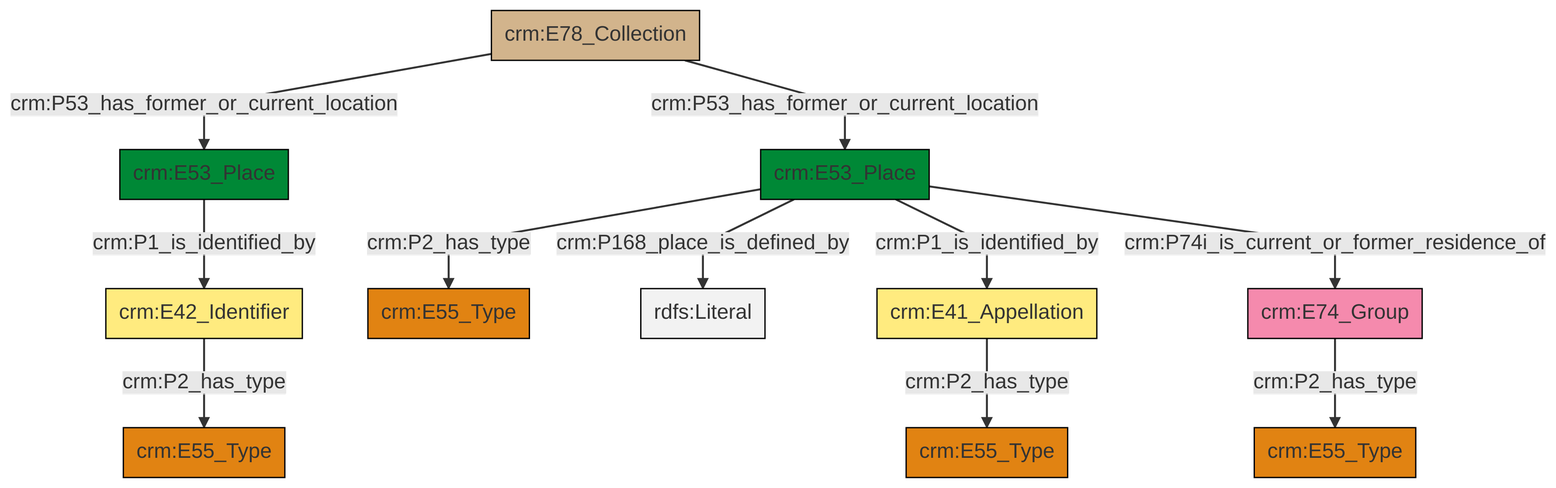
This is et/archivalCSV/ttl/mmd/png/archival_location.png from swiss-art-research-net/docs.swissartresearch, a Mermaid export, as it was before one commit. Its source is kept beside it as et/archivalCSV/ttl/mmd/archival_location.ttl.mmd.
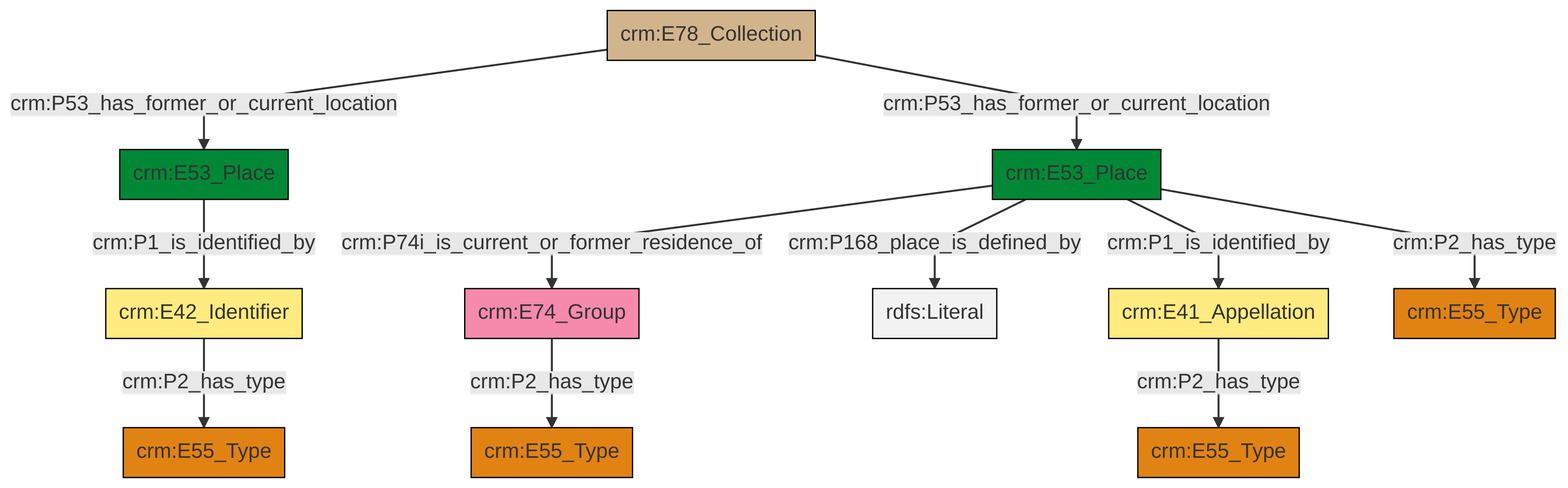
Above is the later version.

The edit, as a diff of the source:
```diff
@@ -13,13 +13,13 @@
 classDef PC_Classes fill:#4ce600, stroke:#000000;
 classDef Multi fill:#cccccc,stroke:#000000;
 
-2["crm:E74_Group"]:::Actor -->|crm:P2_has_type| 0["crm:E55_Type"]:::Type
-3["crm:E53_Place"]:::Place -->|crm:P2_has_type| 4["crm:E55_Type"]:::Type
-3["crm:E53_Place"]:::Place -->|crm:P168_place_is_defined_by| 5[rdfs:Literal]:::Literal
-6["crm:E78_Collection"]:::Physical_Thing -->|crm:P53_has_former_or_current_location| 7["crm:E53_Place"]:::Place
-11["crm:E41_Appellation"]:::Appellation -->|crm:P2_has_type| 12["crm:E55_Type"]:::Type
-13["crm:E42_Identifier"]:::Appellation -->|crm:P2_has_type| 9["crm:E55_Type"]:::Type
-3["crm:E53_Place"]:::Place -->|crm:P1_is_identified_by| 11["crm:E41_Appellation"]:::Appellation
-6["crm:E78_Collection"]:::Physical_Thing -->|crm:P53_has_former_or_current_location| 3["crm:E53_Place"]:::Place
-3["crm:E53_Place"]:::Place -->|crm:P74i_is_current_or_former_residence_of| 2["crm:E74_Group"]:::Actor
-7["crm:E53_Place"]:::Place -->|crm:P1_is_identified_by| 13["crm:E42_Identifier"]:::Appellation
+5["crm:E53_Place"]:::Place -->|crm:P74i_is_current_or_former_residence_of| 6["crm:E74_Group"]:::Actor
+10["crm:E41_Appellation"]:::Appellation -->|crm:P2_has_type| 3["crm:E55_Type"]:::Type
+5["crm:E53_Place"]:::Place -->|crm:P168_place_is_defined_by| 11[rdfs:Literal]:::Literal
+6["crm:E74_Group"]:::Actor -->|crm:P2_has_type| 12["crm:E55_Type"]:::Type
+13["crm:E78_Collection"]:::Physical_Thing -->|crm:P53_has_former_or_current_location| 14["crm:E53_Place"]:::Place
+14["crm:E53_Place"]:::Place -->|crm:P1_is_identified_by| 15["crm:E42_Identifier"]:::Appellation
+13["crm:E78_Collection"]:::Physical_Thing -->|crm:P53_has_former_or_current_location| 5["crm:E53_Place"]:::Place
+5["crm:E53_Place"]:::Place -->|crm:P1_is_identified_by| 10["crm:E41_Appellation"]:::Appellation
+5["crm:E53_Place"]:::Place -->|crm:P2_has_type| 0["crm:E55_Type"]:::Type
+15["crm:E42_Identifier"]:::Appellation -->|crm:P2_has_type| 7["crm:E55_Type"]:::Type
```
